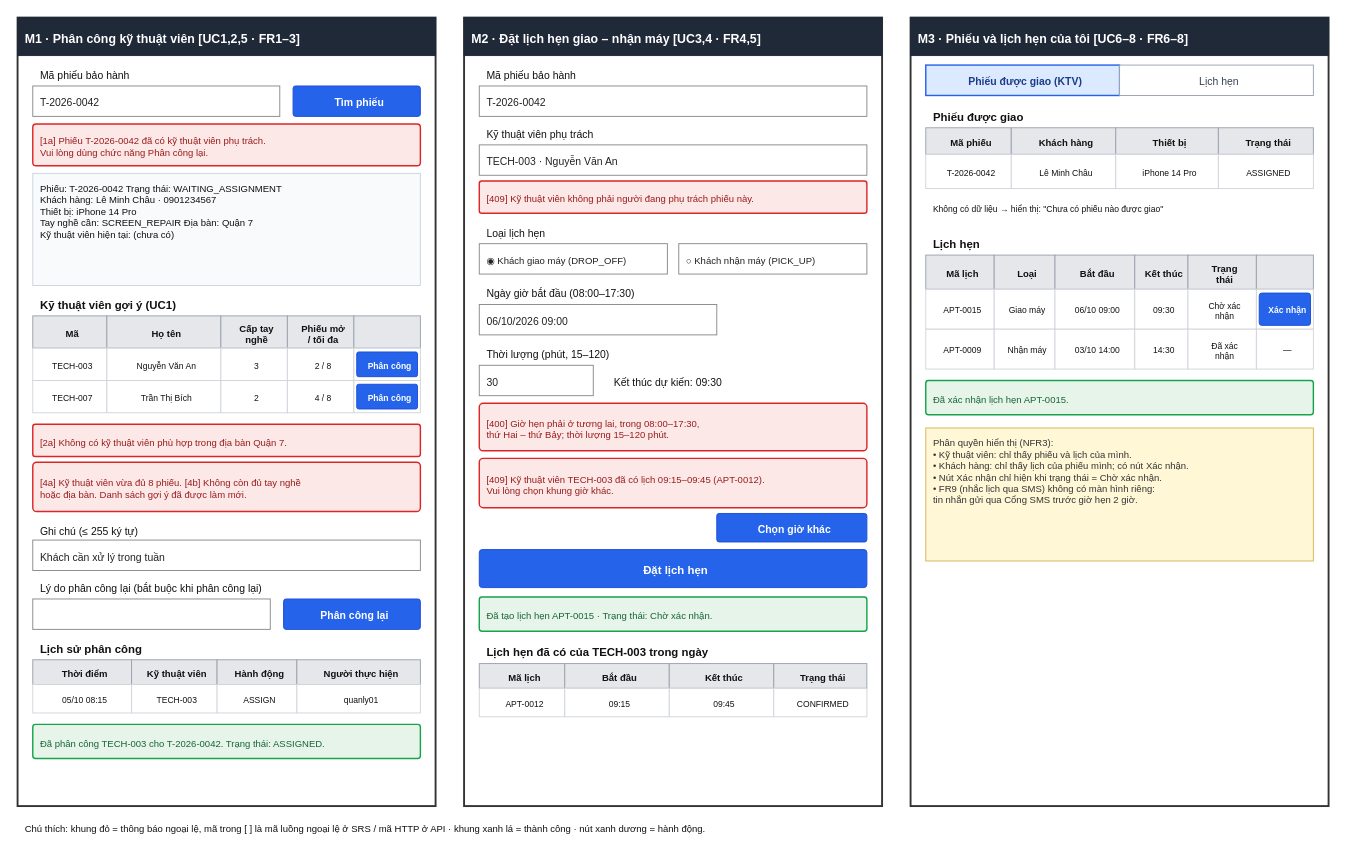
Haiedo/CDTN1_PhanCongCongViecVaLichHenMekongMobile keeps this draw.io diagram as docs/diagrams/wireframe.drawio. Above is the earlier version. Source tidied: cells renumbered, new cells numbered last; positions are measured from the earlier drawing's top-left corner, leaving out a move shared by most shapes. Both pictures are drawn from the tidied source at 95%, with x=0, y=0 at pixel (17, 17).
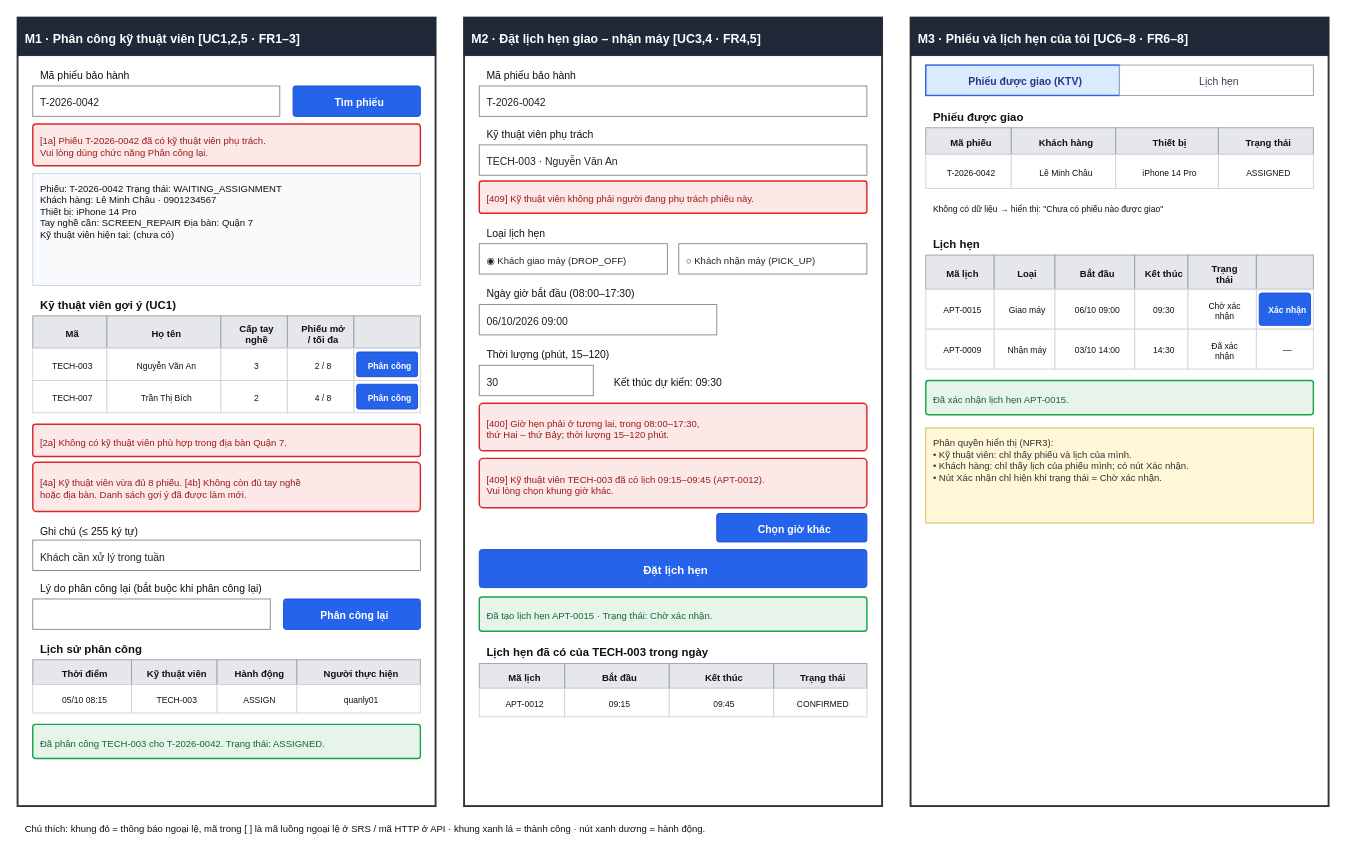
Above is the later version.

What changed in the source:
```diff
@@
-    <mxCell id="108" value="Phân quyền hiển thị (NFR3):&lt;br&gt;• Kỹ thuật viên: chỉ thấy phiếu và lịch của mình.&lt;br&gt;• Khách hàng: chỉ thấy lịch của phiếu mình; có nút Xác nhận.&lt;br&gt;• Nút Xác nhận chỉ hiện khi trạng thái = Chờ xác nhận.&lt;br&gt;• FR9 (nhắc lịch qua SMS) không có màn hình riêng:&lt;br&gt;  tin nhắn gửi qua Cổng SMS trước giờ hẹn 2 giờ." style="rounded=0;arcSize=8;whiteSpace=wrap;html=1;fillColor=#fff7d6;strokeColor=#d6b656;fontColor=#333333;fontSize=10;align=left;verticalAlign=top;fontStyle=0;spacingLeft=6;spacingTop=4;strokeWidth=1;dashed=0;" parent="1" vertex="1">
-      <mxGeometry x="956" y="432" width="408" height="140" as="geometry" />
+    <mxCell id="108" value="Phân quyền hiển thị (NFR3):&lt;br&gt;• Kỹ thuật viên: chỉ thấy phiếu và lịch của mình.&lt;br&gt;• Khách hàng: chỉ thấy lịch của phiếu mình; có nút Xác nhận.&lt;br&gt;• Nút Xác nhận chỉ hiện khi trạng thái = Chờ xác nhận." style="rounded=0;arcSize=8;whiteSpace=wrap;html=1;fillColor=#fff7d6;strokeColor=#d6b656;fontColor=#333333;fontSize=10;align=left;verticalAlign=top;fontStyle=0;spacingLeft=6;spacingTop=4;strokeWidth=1;dashed=0;" parent="1" vertex="1">
+      <mxGeometry x="956" y="432" width="408" height="100" as="geometry" />
     </mxCell>
```
